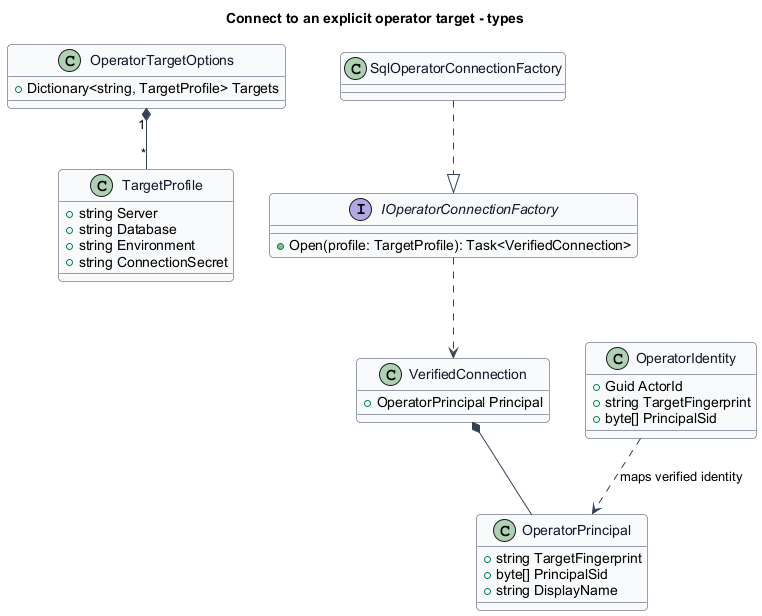
QuinntyneBrown/faithtech-toronto-ai-build-event keeps this PlantUML diagram as docs/detailed-designs/operations/connect-operator-target/diagrams/classes.png. Above is the earlier version. The source it was exported from:
```plantuml
@startuml
skinparam backgroundColor #FFFFFF
skinparam shadowing false
skinparam roundcorner 8
skinparam defaultFontName Arial
skinparam ArrowColor #344054
skinparam class {
 BorderColor #344054
 FontColor #101828
 BackgroundColor #F9FAFB
}
title Connect to an explicit operator target - types
class OperatorTargetOptions {
 +Dictionary<string, TargetProfile> Targets
}
class TargetProfile {
 +string Server
 +string Database
 +string Environment
 +string ConnectionSecret
}
class OperatorPrincipal {
 +string TargetFingerprint
 +byte[] PrincipalSid
 +string DisplayName
}
interface IOperatorConnectionFactory {
 +Open(profile: TargetProfile): Task<VerifiedConnection>
}
class SqlOperatorConnectionFactory
class VerifiedConnection {
 +OperatorPrincipal Principal
}
class OperatorIdentity {
 +Guid ActorId
 +string TargetFingerprint
 +byte[] PrincipalSid
}
OperatorTargetOptions "1" *-- "*" TargetProfile
SqlOperatorConnectionFactory ..|> IOperatorConnectionFactory
IOperatorConnectionFactory ..> VerifiedConnection
VerifiedConnection *-- OperatorPrincipal
OperatorIdentity ..> OperatorPrincipal : maps verified identity
@enduml
```
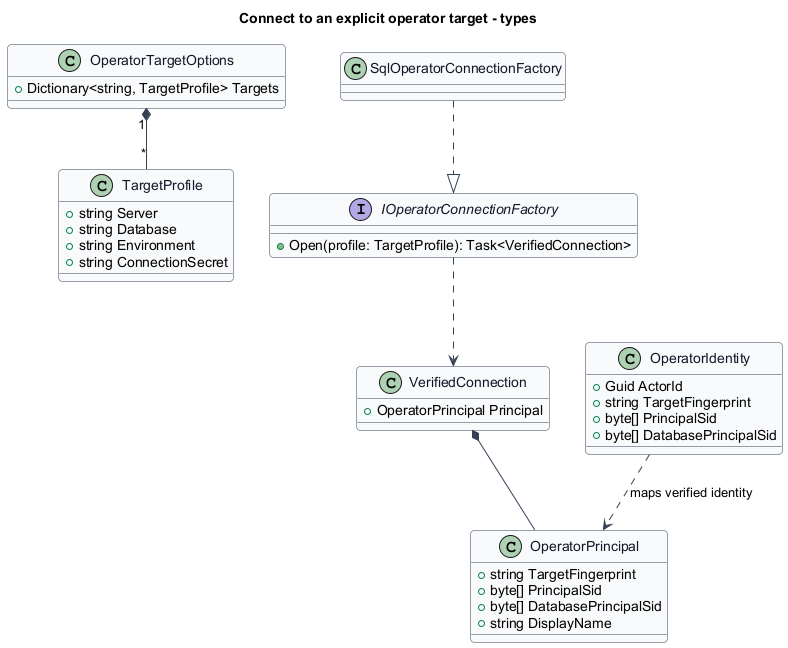
The same diagram one commit later.

The edit, as a diff of the source:
```diff
@@ -22,6 +22,7 @@
 class OperatorPrincipal {
  +string TargetFingerprint
  +byte[] PrincipalSid
+ +byte[] DatabasePrincipalSid
  +string DisplayName
 }
 interface IOperatorConnectionFactory {
@@ -35,6 +36,7 @@
  +Guid ActorId
  +string TargetFingerprint
  +byte[] PrincipalSid
+ +byte[] DatabasePrincipalSid
 }
 OperatorTargetOptions "1" *-- "*" TargetProfile
 SqlOperatorConnectionFactory ..|> IOperatorConnectionFactory
```
